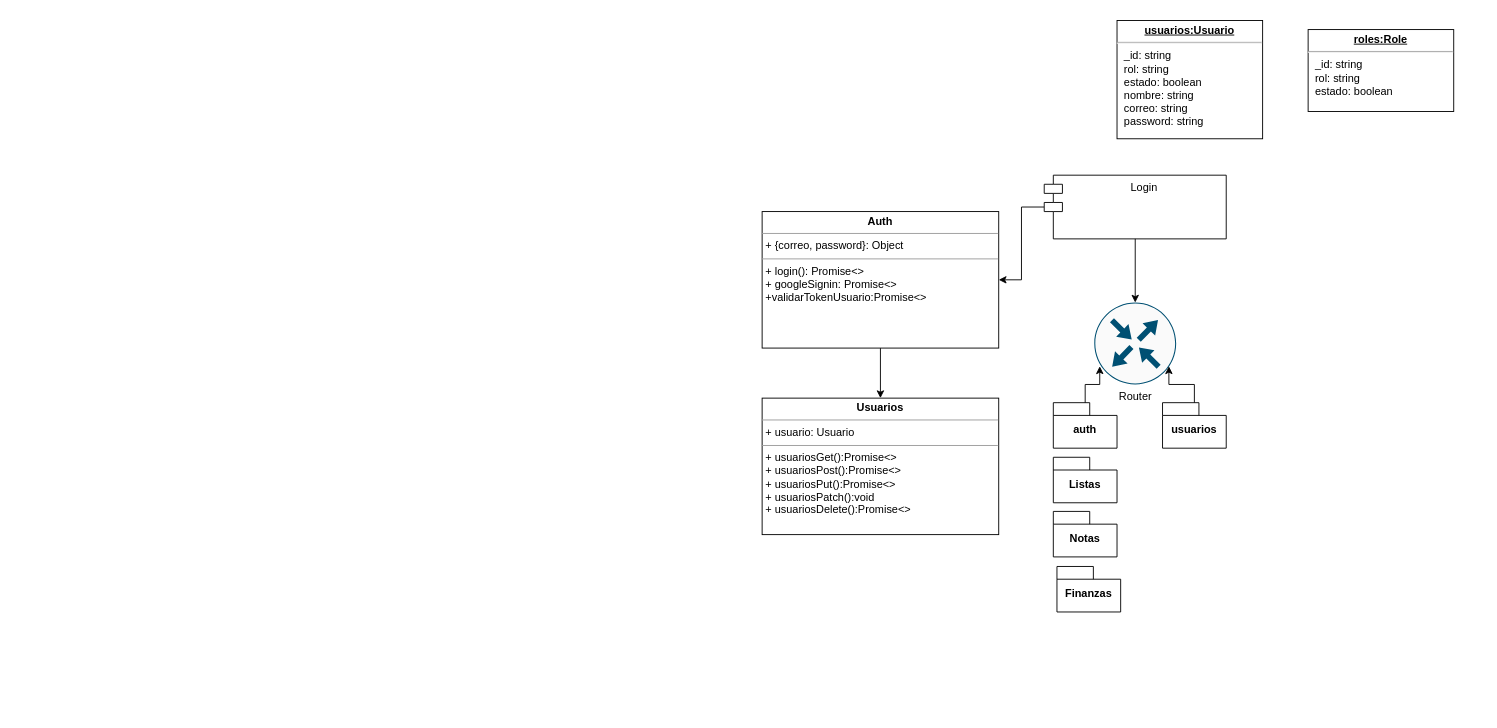
Above: Proybigotes.drawio in TecladoZurdo/UML (draw.io), before the change. Source tidied: cells renumbered, new cells numbered last; positions are measured from the earlier drawing's top-left corner, leaving out a move shared by most shapes. Both pictures are drawn from the tidied source at 91%, with x=0, y=0 at pixel (762, 20).
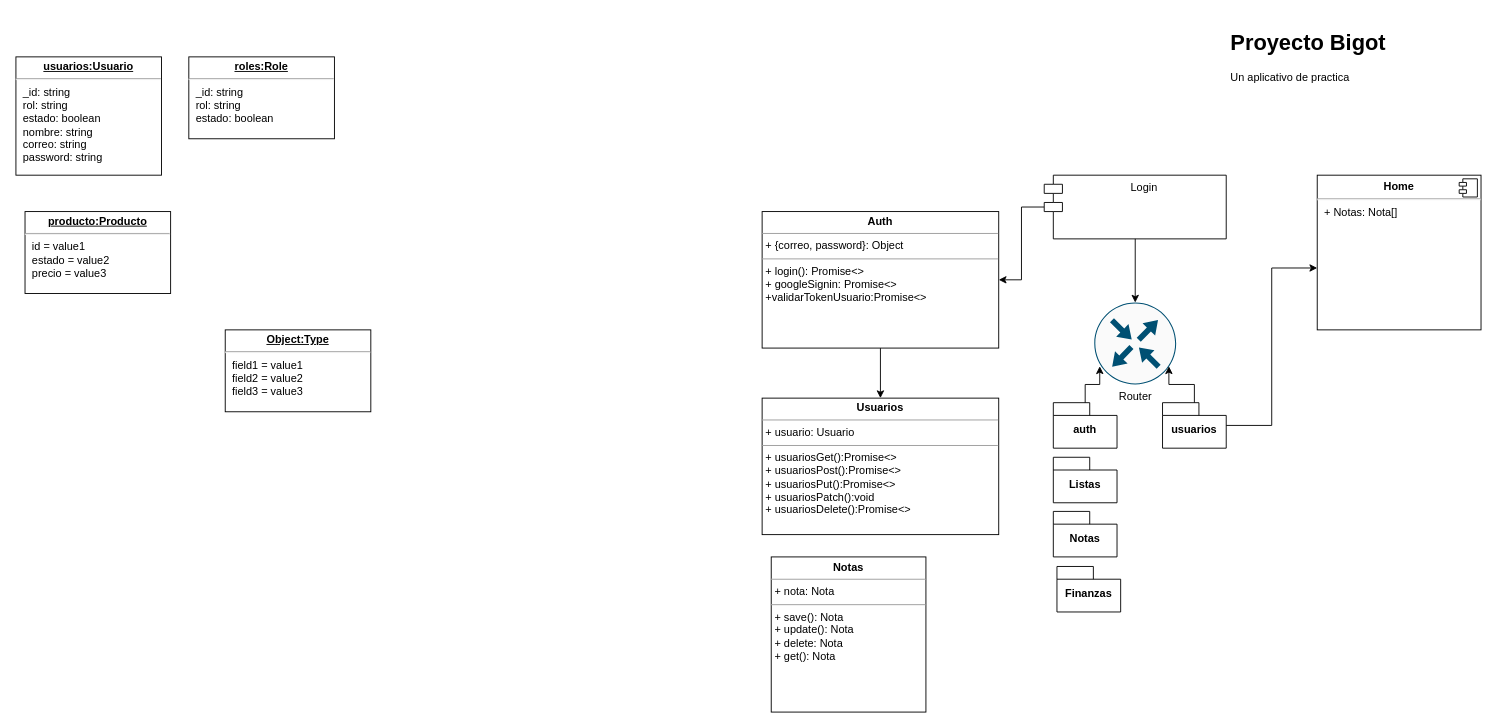
The same page after the edit.

The change refers to these unchanged cells:
```xml
<mxCell id="13" value="usuarios" style="shape=folder;fontStyle=1;spacingTop=10;tabWidth=40;tabHeight=14;tabPosition=left;html=1;whiteSpace=wrap;" parent="1" vertex="1">
  <mxGeometry x="440" y="420" width="70" height="50" as="geometry" />
</mxCell>
```

What changed in the source:
```diff
@@
     <mxCell id="2" value="&lt;p style=&quot;margin:0px;margin-top:4px;text-align:center;text-decoration:underline;&quot;&gt;&lt;b&gt;usuarios:Usuario&lt;/b&gt;&lt;/p&gt;&lt;hr&gt;&lt;p style=&quot;margin:0px;margin-left:8px;&quot;&gt;_id: string&lt;br&gt;rol: string&lt;br&gt;estado: boolean&lt;/p&gt;&lt;p style=&quot;margin:0px;margin-left:8px;&quot;&gt;nombre: string&lt;/p&gt;&lt;p style=&quot;margin:0px;margin-left:8px;&quot;&gt;correo: string&lt;/p&gt;&lt;p style=&quot;margin:0px;margin-left:8px;&quot;&gt;password: string&lt;/p&gt;" style="verticalAlign=top;align=left;overflow=fill;fontSize=12;fontFamily=Helvetica;html=1;whiteSpace=wrap;" parent="1" vertex="1">
-      <mxGeometry x="390" width="160" height="130" as="geometry" />
+      <mxGeometry x="-820" y="40" width="160" height="130" as="geometry" />
     </mxCell>
     <mxCell id="3" value="&lt;p style=&quot;margin:0px;margin-top:4px;text-align:center;text-decoration:underline;&quot;&gt;&lt;b&gt;roles:Role&lt;/b&gt;&lt;/p&gt;&lt;hr&gt;&lt;p style=&quot;margin:0px;margin-left:8px;&quot;&gt;_id: string&lt;br&gt;rol: string&lt;br&gt;estado: boolean&lt;/p&gt;" style="verticalAlign=top;align=left;overflow=fill;fontSize=12;fontFamily=Helvetica;html=1;whiteSpace=wrap;" parent="1" vertex="1">
-      <mxGeometry x="600" y="10" width="160" height="90" as="geometry" />
+      <mxGeometry x="-630" y="40" width="160" height="90" as="geometry" />
     </mxCell>
@@
+    <mxCell id="18" value="&lt;p style=&quot;margin:0px;margin-top:6px;text-align:center;&quot;&gt;&lt;b&gt;Home&lt;/b&gt;&lt;/p&gt;&lt;hr&gt;&lt;p style=&quot;margin:0px;margin-left:8px;&quot;&gt;+ Notas: Nota[]&lt;br&gt;&lt;/p&gt;" style="align=left;overflow=fill;html=1;whiteSpace=wrap;" parent="1" vertex="1">
+      <mxGeometry x="610" y="170" width="180" height="170" as="geometry" />
+    </mxCell>
+    <mxCell id="19" style="shape=component;jettyWidth=8;jettyHeight=4;" parent="18" vertex="1">
+      <mxGeometry x="1" width="20" height="20" relative="1" as="geometry">
+        <mxPoint x="-24" y="4" as="offset" />
+      </mxGeometry>
+    </mxCell>
+    <mxCell id="20" style="edgeStyle=orthogonalEdgeStyle;rounded=0;jettySize=auto;html=1;entryX=0;entryY=0.6;entryDx=0;entryDy=0;entryPerimeter=0;" parent="1" edge="1" source="13" target="18">
+      <mxGeometry relative="1" as="geometry" />
+    </mxCell>
+    <mxCell id="21" value="&lt;h1&gt;Proyecto Bigot&lt;/h1&gt;&lt;p&gt;Un aplicativo de practica&lt;/p&gt;" style="text;html=1;strokeColor=none;fillColor=none;spacing=5;spacingTop=-20;whiteSpace=wrap;overflow=hidden;rounded=0;" parent="1" vertex="1">
+      <mxGeometry x="510" y="5" width="260" height="120" as="geometry" />
+    </mxCell>
+    <mxCell id="22" value="&lt;p style=&quot;margin:0px;margin-top:4px;text-align:center;&quot;&gt;&lt;b&gt;Notas&lt;/b&gt;&lt;/p&gt;&lt;hr size=&quot;1&quot;&gt;&lt;p style=&quot;margin:0px;margin-left:4px;&quot;&gt;+ nota: Nota&lt;/p&gt;&lt;hr size=&quot;1&quot;&gt;&lt;p style=&quot;margin:0px;margin-left:4px;&quot;&gt;+ save(): Nota&lt;/p&gt;&lt;p style=&quot;margin:0px;margin-left:4px;&quot;&gt;+ update(): Nota&lt;/p&gt;&lt;p style=&quot;margin:0px;margin-left:4px;&quot;&gt;+ delete: Nota&lt;/p&gt;&lt;p style=&quot;margin:0px;margin-left:4px;&quot;&gt;+ get(): Nota&lt;/p&gt;" style="verticalAlign=top;align=left;overflow=fill;fontSize=12;fontFamily=Helvetica;html=1;whiteSpace=wrap;" parent="1" vertex="1">
+      <mxGeometry x="10" y="589.5" width="170" height="170.5" as="geometry" />
+    </mxCell>
+    <mxCell id="23" value="&lt;p style=&quot;margin:0px;margin-top:4px;text-align:center;text-decoration:underline;&quot;&gt;&lt;b&gt;Object:Type&lt;/b&gt;&lt;/p&gt;&lt;hr/&gt;&lt;p style=&quot;margin:0px;margin-left:8px;&quot;&gt;field1 = value1&lt;br/&gt;field2 = value2&lt;br&gt;field3 = value3&lt;/p&gt;" style="verticalAlign=top;align=left;overflow=fill;fontSize=12;fontFamily=Helvetica;html=1;whiteSpace=wrap;" parent="1" vertex="1">
+      <mxGeometry x="-590" y="340" width="160" height="90" as="geometry" />
+    </mxCell>
+    <mxCell id="24" value="&lt;p style=&quot;margin:0px;margin-top:4px;text-align:center;text-decoration:underline;&quot;&gt;&lt;b&gt;producto:Producto&lt;/b&gt;&lt;/p&gt;&lt;hr&gt;&lt;p style=&quot;margin:0px;margin-left:8px;&quot;&gt;id = value1&lt;br&gt;estado = value2&lt;br&gt;precio = value3&lt;/p&gt;" style="verticalAlign=top;align=left;overflow=fill;fontSize=12;fontFamily=Helvetica;html=1;whiteSpace=wrap;" parent="1" vertex="1">
+      <mxGeometry x="-810" y="210" width="160" height="90" as="geometry" />
+    </mxCell>
```
